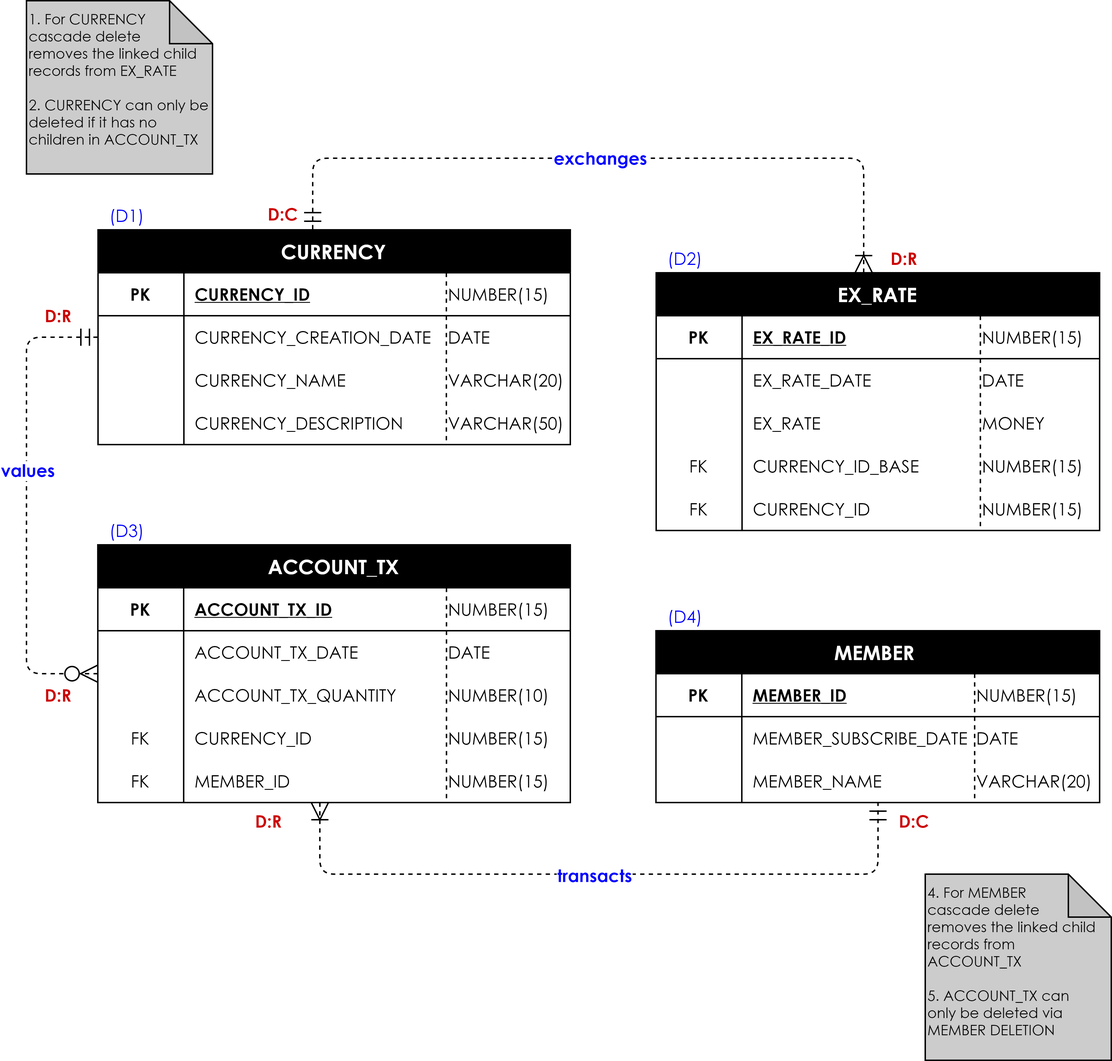
The draw.io diagram Docs/Diag1_ERD.PNG in TanyaHendricks/accountsystem, before a commit. Source tidied: cells renumbered, new cells last; positions are measured from the earlier drawing's top-left corner, leaving out a move shared by most shapes.
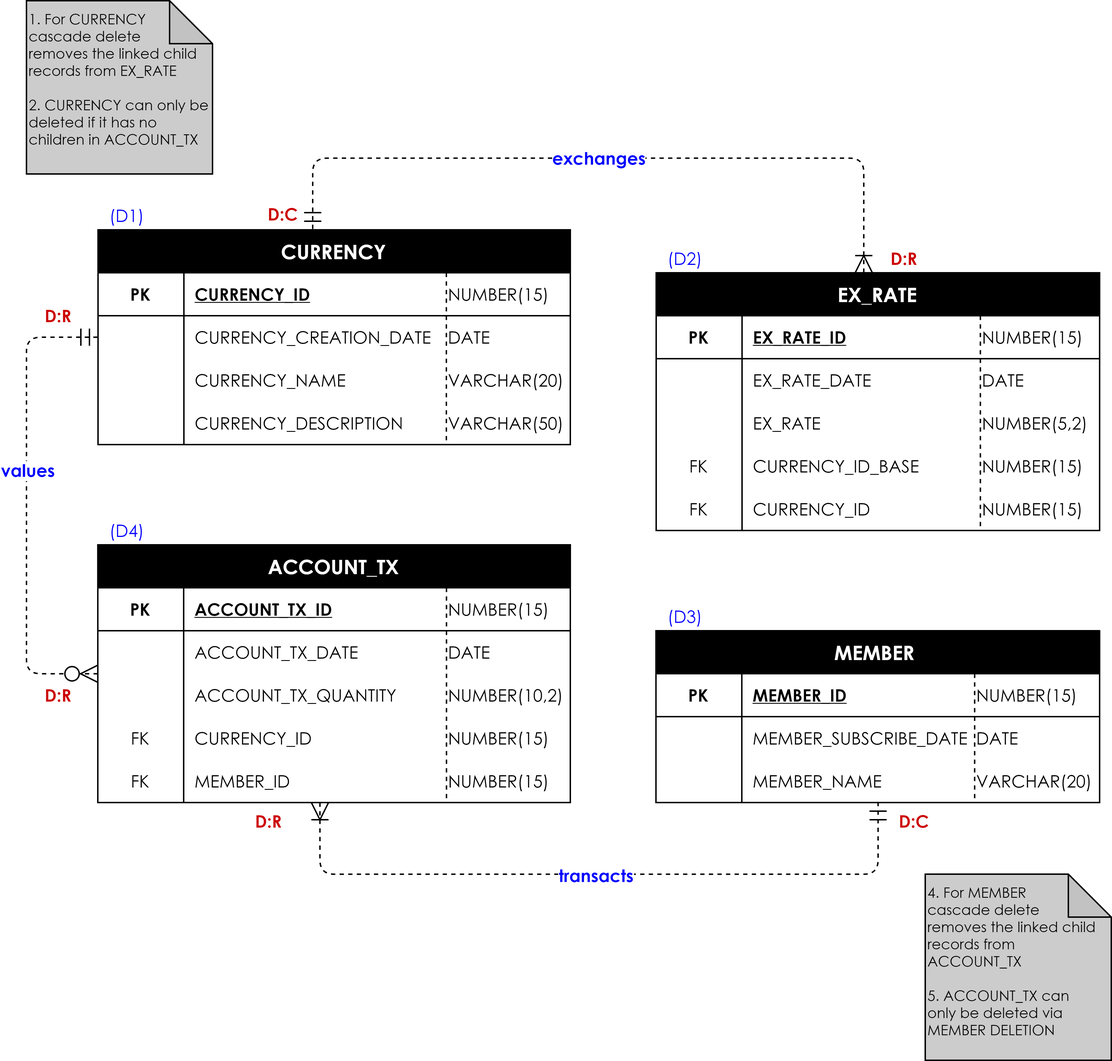
The same diagram one commit later.

What changed in the source:
```diff
@@ -71,7 +71,7 @@
     <mxCell id="24" style="shape=partialRectangle;top=0;left=0;bottom=0;fillColor=none;stokeWidth=1;dashed=1;align=left;verticalAlign=middle;spacingLeft=4;spacingRight=4;overflow=hidden;fontFamily=Century Gothic;" parent="23" vertex="1">
       <mxGeometry width="34.4" height="30" as="geometry" />
     </mxCell>
-    <mxCell id="25" value="MONEY" style="shape=partialRectangle;fillColor=none;align=left;verticalAlign=middle;strokeColor=none;spacingLeft=34;fontFamily=Century Gothic;" parent="6" vertex="1">
+    <mxCell id="25" value="NUMBER(5,2)" style="shape=partialRectangle;fillColor=none;align=left;verticalAlign=middle;strokeColor=none;spacingLeft=34;fontFamily=Century Gothic;" parent="6" vertex="1">
       <mxGeometry x="192.1" y="90" width="103.3" height="30" as="geometry" />
     </mxCell>
     <mxCell id="26" style="shape=partialRectangle;top=0;left=0;bottom=0;fillColor=none;stokeWidth=1;dashed=1;align=left;verticalAlign=middle;spacingLeft=4;spacingRight=4;overflow=hidden;fontFamily=Century Gothic;" parent="25" vertex="1">
@@ -114,7 +114,7 @@
     <mxCell id="36" value="(D2)" style="text;html=1;align=center;verticalAlign=middle;strokeColor=none;fillColor=none;fontColor=#0000FF;fontFamily=Century Gothic;" parent="5" vertex="1">
       <mxGeometry x="440" y="60" width="40" height="20" as="geometry" />
     </mxCell>
-    <mxCell id="37" value="(D3)" style="text;html=1;align=center;verticalAlign=middle;strokeColor=none;fillColor=none;fontColor=#0000FF;fontFamily=Century Gothic;" parent="5" vertex="1">
+    <mxCell id="37" value="(D4)" style="text;html=1;align=center;verticalAlign=middle;strokeColor=none;fillColor=none;fontColor=#0000FF;fontFamily=Century Gothic;" parent="5" vertex="1">
       <mxGeometry x="50" y="250" width="40" height="20" as="geometry" />
     </mxCell>
     <mxCell id="38" value="ACCOUNT_TX" style="shape=table;startSize=30;rowLines=0;fontStyle=1;align=center;labelBackgroundColor=none;fontFamily=Century Gothic;fontSize=14;swimlaneFillColor=none;fontColor=#FFFFFF;fillColor=#000000;strokeColor=default;labelBorderColor=none;" parent="5" vertex="1">
@@ -183,7 +183,7 @@
     <mxCell id="59" style="shape=partialRectangle;top=0;left=0;bottom=0;fillColor=none;stokeWidth=1;dashed=1;align=left;verticalAlign=middle;spacingLeft=4;spacingRight=4;overflow=hidden;fontFamily=Century Gothic;" parent="58" vertex="1">
       <mxGeometry width="34.4" height="30" as="geometry" />
     </mxCell>
-    <mxCell id="60" value="NUMBER(10)" style="shape=partialRectangle;fillColor=none;align=left;verticalAlign=middle;strokeColor=none;spacingLeft=34;fontFamily=Century Gothic;" parent="5" vertex="1">
+    <mxCell id="60" value="NUMBER(10,2)" style="shape=partialRectangle;fillColor=none;align=left;verticalAlign=middle;strokeColor=none;spacingLeft=34;fontFamily=Century Gothic;" parent="5" vertex="1">
       <mxGeometry x="259" y="360" width="103.3" height="30" as="geometry" />
     </mxCell>
     <mxCell id="61" style="shape=partialRectangle;top=0;left=0;bottom=0;fillColor=none;stokeWidth=1;dashed=1;align=left;verticalAlign=middle;spacingLeft=4;spacingRight=4;overflow=hidden;fontFamily=Century Gothic;" parent="60" vertex="1">
@@ -288,7 +288,7 @@
     <mxCell id="94" style="shape=partialRectangle;top=0;left=0;bottom=0;fillColor=none;stokeWidth=1;dashed=1;align=left;verticalAlign=middle;spacingLeft=4;spacingRight=4;overflow=hidden;fontFamily=Century Gothic;" parent="93" vertex="1">
       <mxGeometry width="34.4" height="30" as="geometry" />
     </mxCell>
-    <mxCell id="95" value="(D4)" style="text;html=1;align=center;verticalAlign=middle;strokeColor=none;fillColor=none;fontColor=#0000FF;fontFamily=Century Gothic;" parent="5" vertex="1">
+    <mxCell id="95" value="(D3)" style="text;html=1;align=center;verticalAlign=middle;strokeColor=none;fillColor=none;fontColor=#0000FF;fontFamily=Century Gothic;" parent="5" vertex="1">
       <mxGeometry x="440" y="310" width="40" height="20" as="geometry" />
     </mxCell>
     <mxCell id="96" value="NUMBER(15)" style="shape=partialRectangle;fillColor=none;align=left;verticalAlign=middle;strokeColor=none;spacingLeft=34;fontFamily=Century Gothic;" parent="5" vertex="1">
```
